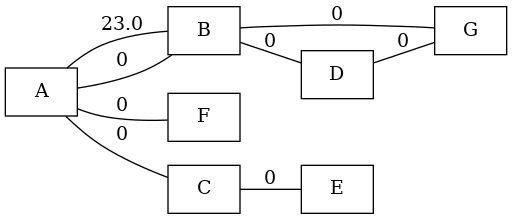
Above: test.gv.png in luisferuam/edyl-graph (Graphviz), before the change. Its source is kept beside it as test.gv.
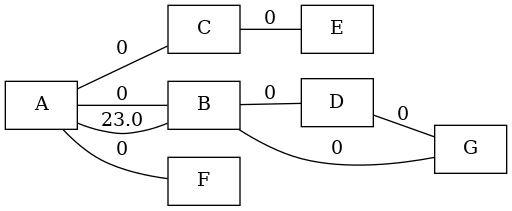
The same file after the commit.

What changed in the source:
```diff
@@ -1,20 +1,20 @@
 graph {
   rankdir=LR;
 
-  G[shape=box]
-  B[shape=box]
-  E[shape=box]
-  F[shape=box]
-  C[shape=box]
   A[shape=box]
   D[shape=box]
+  C[shape=box]
+  G[shape=box]
+  E[shape=box]
+  B[shape=box]
+  F[shape=box]
 
+  B -- D[label="0"]
+  A -- B[label="0"]
+  A -- C[label="0"]
+  A -- B[label="23.0"]
+  B -- G[label="0"]
+  C -- E[label="0"]
+  A -- F[label="0"]
   D -- G[label="0"]
-  A -- B[label="23.0"]
-  A -- B[label="0"]
-  A -- F[label="0"]
-  C -- E[label="0"]
-  B -- D[label="0"]
-  B -- G[label="0"]
-  A -- C[label="0"]
 }
```
